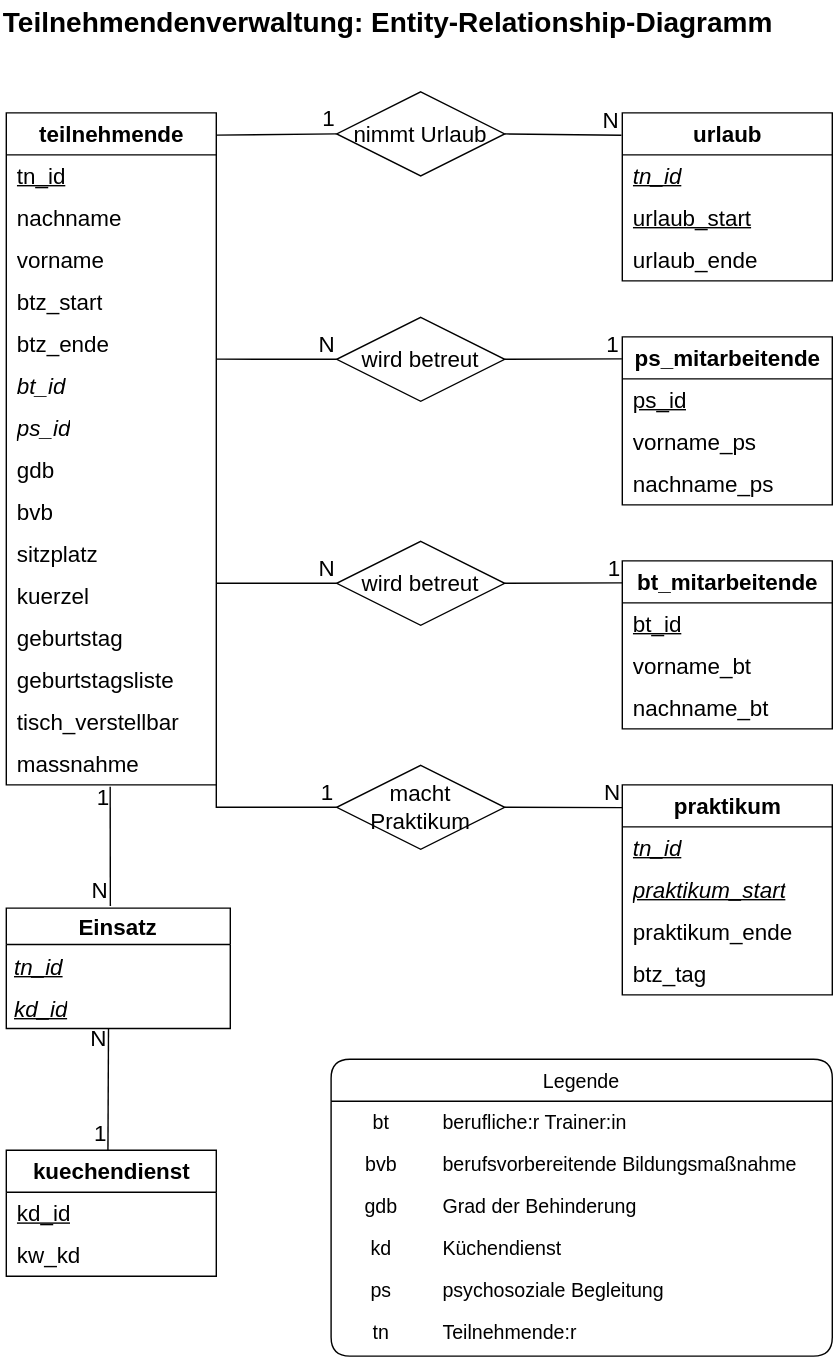
Before: concept/tnv_db_erd_german.svg, a diagram exported from draw.io (EvelineFlowercrown/TeilnehmerVerwaltung). Source tidied: cells renumbered, new cells last; positions are measured from the earlier drawing's top-left corner, leaving out a move shared by most shapes.
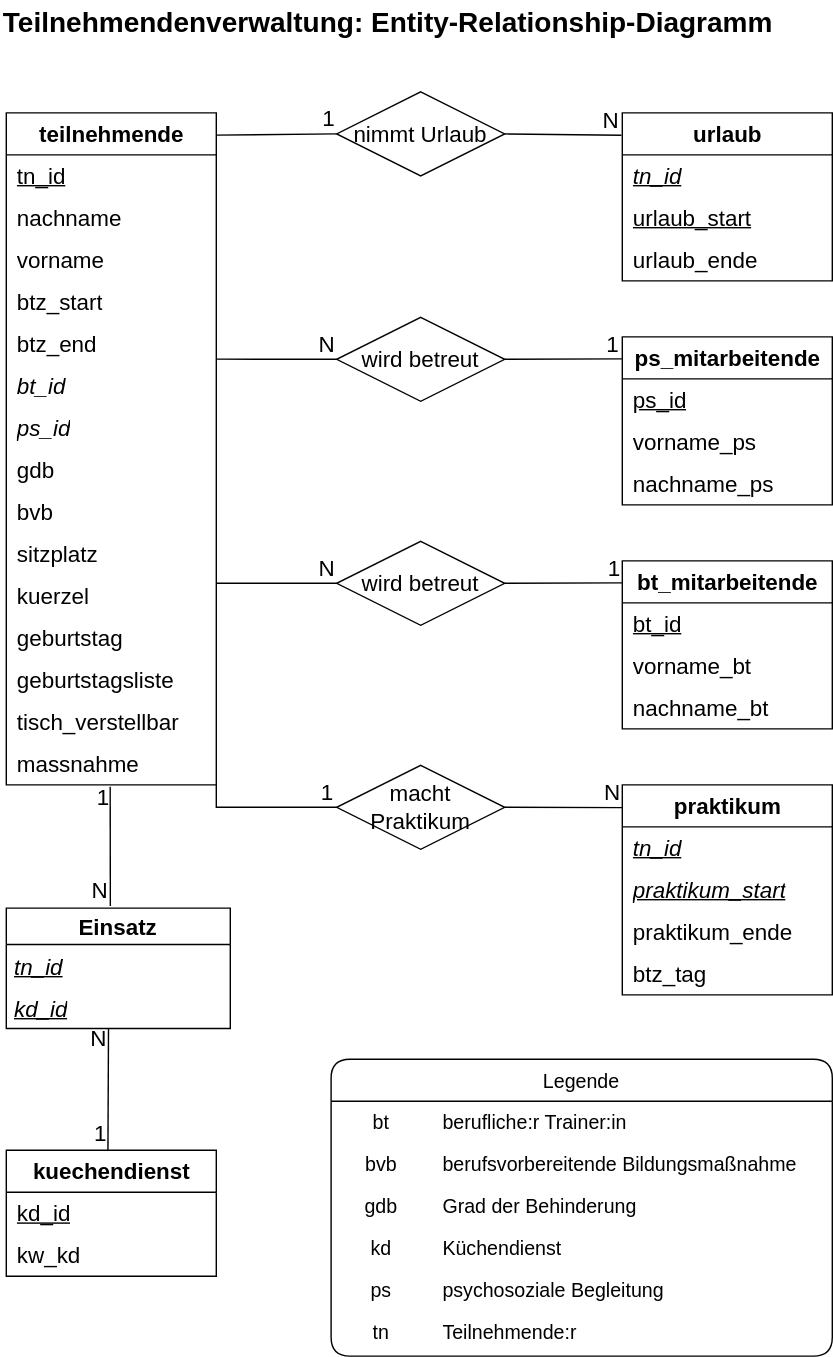
Later version of the same file.

Commit message:
renamed btz_ende to btz_end

Change to the diagram source:
```diff
@@ -32,7 +32,7 @@
     <mxCell id="11" style="shape=tableRow;horizontal=0;startSize=0;swimlaneHead=0;swimlaneBody=0;fillColor=none;points=[[0,0.5],[1,0.5]];portConstraint=eastwest;top=0;left=0;right=0;bottom=0;fontSize=16;" parent="2" vertex="1">
       <mxGeometry y="150" width="150" height="30" as="geometry" />
     </mxCell>
-    <mxCell id="12" value="btz_ende" style="shape=partialRectangle;fillColor=none;top=0;left=0;bottom=0;right=0;align=left;spacingLeft=6;overflow=hidden;whiteSpace=wrap;html=1;fontSize=16;" parent="11" vertex="1">
+    <mxCell id="12" value="btz_end" style="shape=partialRectangle;fillColor=none;top=0;left=0;bottom=0;right=0;align=left;spacingLeft=6;overflow=hidden;whiteSpace=wrap;html=1;fontSize=16;" parent="11" vertex="1">
       <mxGeometry width="150" height="30" as="geometry" />
     </mxCell>
     <mxCell id="13" style="shape=tableRow;horizontal=0;startSize=0;swimlaneHead=0;swimlaneBody=0;fillColor=none;top=0;left=0;right=0;bottom=0;fontSize=16;" parent="2" vertex="1">
```
